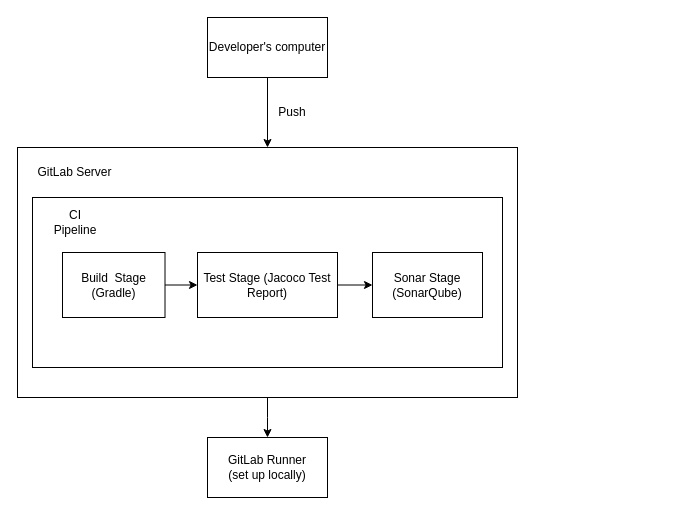
The draw.io diagram Documentation/CI_Diagram.drawio in MihaiCatalin22/GameHubBE, before the edit. Source tidied: cells renumbered, new cells numbered last; positions are measured from the earlier drawing's top-left corner, leaving out a move shared by most shapes. Both pictures are drawn from the tidied source at 100%, with x=0, y=0 at pixel (17, 17).
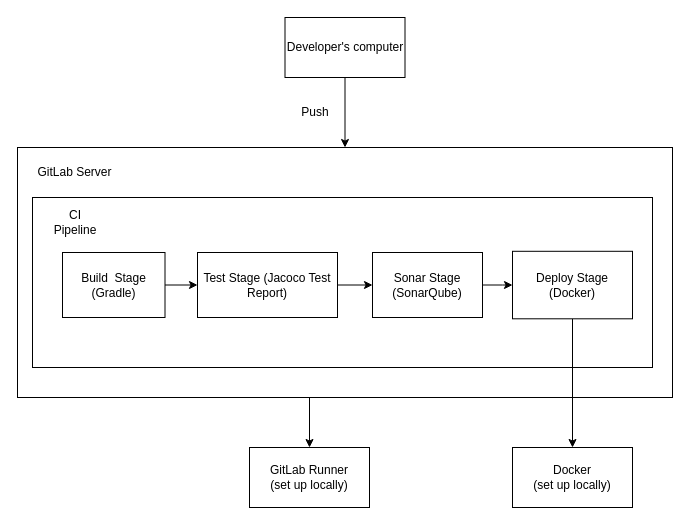
The same diagram, later.

Unchanged cells that the change refers to:
```xml
<mxCell id="9" value="Sonar Stage (SonarQube)" style="rounded=0;whiteSpace=wrap;html=1;" parent="1" vertex="1">
  <mxGeometry x="355" y="235" width="110" height="65" as="geometry" />
</mxCell>
```

Diff of the diagram source:
```diff
@@
     <mxCell id="2" value="Developer's computer" style="rounded=0;whiteSpace=wrap;html=1;" parent="1" vertex="1">
-      <mxGeometry x="190" width="120" height="60" as="geometry" />
+      <mxGeometry x="267.5" width="120" height="60" as="geometry" />
     </mxCell>
     <mxCell id="3" style="rounded=0;whiteSpace=wrap;html=1;" parent="1" vertex="1">
-      <mxGeometry y="130" width="500" height="250" as="geometry" />
+      <mxGeometry y="130" width="655" height="250" as="geometry" />
     </mxCell>
     <mxCell id="4" style="rounded=0;whiteSpace=wrap;html=1;" parent="1" vertex="1">
-      <mxGeometry x="15" y="180" width="470" height="170" as="geometry" />
+      <mxGeometry x="15" y="180" width="620" height="170" as="geometry" />
     </mxCell>
@@
+    <mxCell id="16" style="edgeStyle=orthogonalEdgeStyle;rounded=0;jettySize=auto;html=1;entryX=0;entryY=0.5;entryDx=0;entryDy=0;" parent="1" edge="1" source="9" target="18">
+      <mxGeometry relative="1" as="geometry" />
+    </mxCell>
@@
-    <mxCell id="13" style="endArrow=classic;html=1;rounded=0;exitX=0.5;exitY=1;exitDx=0;exitDy=0;entryX=0.5;entryY=0;entryDx=0;entryDy=0;" parent="1" edge="1" source="3" target="14">
+    <mxCell id="13" style="endArrow=classic;html=1;rounded=0;entryX=0.5;entryY=0;entryDx=0;entryDy=0;" parent="1" edge="1" target="14">
       <mxGeometry relative="1" as="geometry">
-        <Array as="points">
-          <mxPoint x="250" y="400" />
-        </Array>
+        <mxPoint x="292" y="380" as="sourcePoint" />
       </mxGeometry>
     </mxCell>
     <mxCell id="14" value="GitLab Runner&lt;br&gt;(set up locally)" style="rounded=0;whiteSpace=wrap;html=1;" parent="1" vertex="1">
-      <mxGeometry x="190" y="420" width="120" height="60" as="geometry" />
+      <mxGeometry x="232" y="430" width="120" height="60" as="geometry" />
     </mxCell>
     <mxCell id="15" value="Push" style="text;html=1;align=center;verticalAlign=middle;whiteSpace=wrap;rounded=0;" parent="1" vertex="1">
-      <mxGeometry x="245" y="80" width="60" height="30" as="geometry" />
+      <mxGeometry x="267.5" y="80" width="60" height="30" as="geometry" />
     </mxCell>
+    <mxCell id="17" style="edgeStyle=orthogonalEdgeStyle;rounded=0;jettySize=auto;html=1;entryX=0.5;entryY=0;entryDx=0;entryDy=0;" parent="1" edge="1" source="18" target="19">
+      <mxGeometry relative="1" as="geometry" />
+    </mxCell>
+    <mxCell id="18" value="Deploy Stage&lt;br&gt;(Docker)" style="rounded=0;whiteSpace=wrap;html=1;" parent="1" vertex="1">
+      <mxGeometry x="495" y="233.8" width="120" height="67.5" as="geometry" />
+    </mxCell>
+    <mxCell id="19" value="Docker&lt;br&gt;(set up locally)" style="rounded=0;whiteSpace=wrap;html=1;" parent="1" vertex="1">
+      <mxGeometry x="495" y="430" width="120" height="60" as="geometry" />
+    </mxCell>
```
